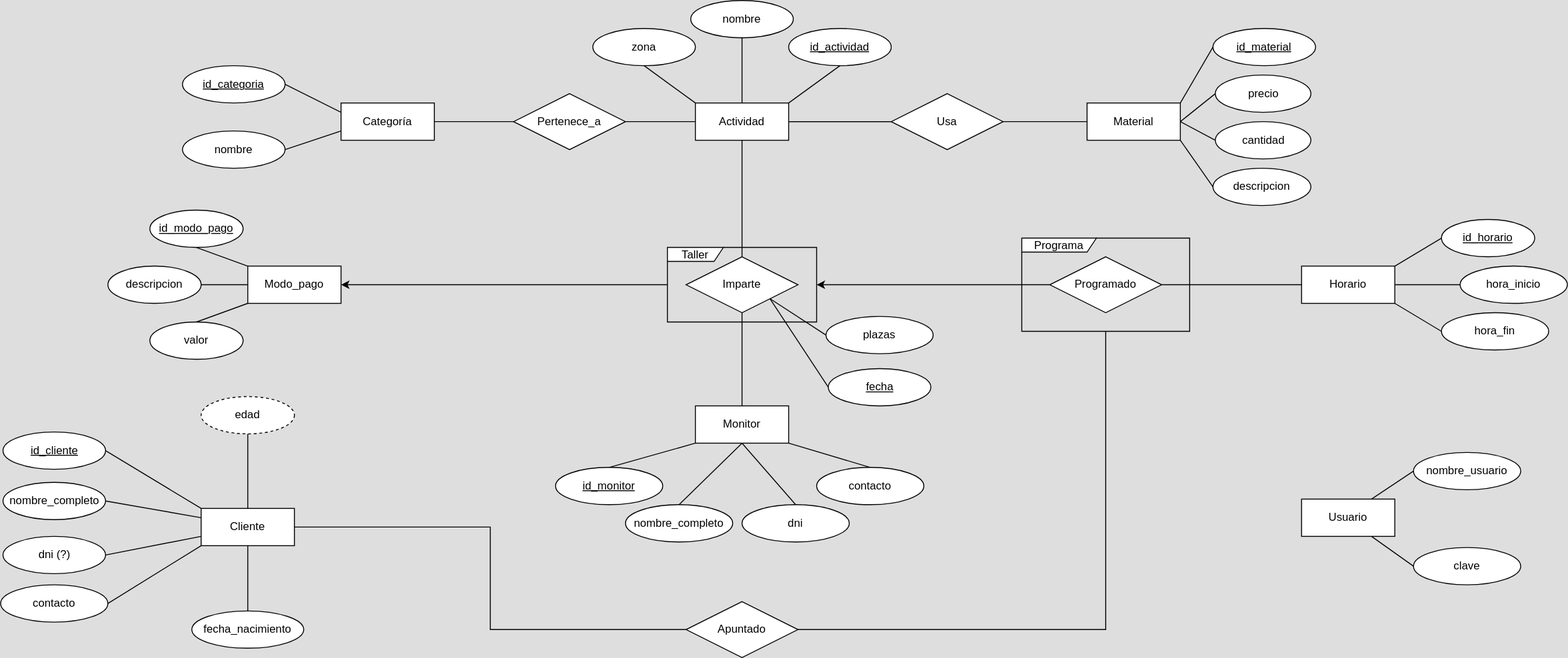
SmallDreamDev/small-dream-servidor keeps this draw.io diagram as docs/modelos/bdatos/bdatos.svg. Above is the earlier version. Source tidied: cells renumbered, new cells last; positions are measured from the earlier drawing's top-left corner, leaving out a move shared by most shapes.
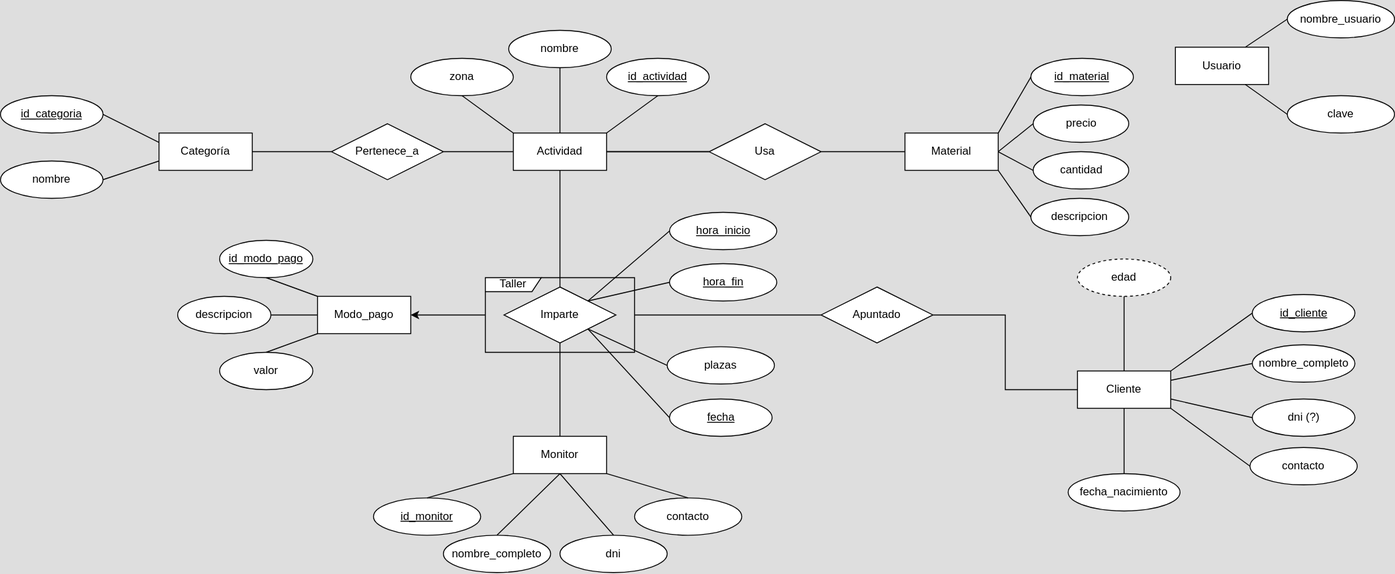
After the commit.

What changed in the source:
```diff
@@ -45,22 +45,22 @@
       <mxGeometry x="875" y="501" width="115" height="40" as="geometry" />
     </mxCell>
     <mxCell id="16" value="Cliente" style="whiteSpace=wrap;html=1;align=center;" parent="1" vertex="1">
-      <mxGeometry x="215" y="545" width="100" height="40" as="geometry" />
+      <mxGeometry x="1350" y="365" width="100" height="40" as="geometry" />
     </mxCell>
     <mxCell id="17" value="id_cliente" style="ellipse;whiteSpace=wrap;html=1;align=center;fontStyle=4;" parent="1" vertex="1">
-      <mxGeometry x="2.5" y="463" width="110" height="40" as="geometry" />
+      <mxGeometry x="1537.5" y="283" width="110" height="40" as="geometry" />
     </mxCell>
     <mxCell id="18" value="nombre_completo" style="ellipse;whiteSpace=wrap;html=1;align=center;" parent="1" vertex="1">
-      <mxGeometry x="2.5" y="517" width="110" height="40" as="geometry" />
+      <mxGeometry x="1537.5" y="337" width="110" height="40" as="geometry" />
     </mxCell>
     <mxCell id="19" value="dni (?)" style="ellipse;whiteSpace=wrap;html=1;align=center;" parent="1" vertex="1">
-      <mxGeometry x="2.5" y="575" width="110" height="40" as="geometry" />
+      <mxGeometry x="1537.5" y="395" width="110" height="40" as="geometry" />
     </mxCell>
     <mxCell id="20" value="contacto" style="ellipse;whiteSpace=wrap;html=1;align=center;" parent="1" vertex="1">
-      <mxGeometry y="627" width="115" height="40" as="geometry" />
+      <mxGeometry x="1535" y="447" width="115" height="40" as="geometry" />
     </mxCell>
     <mxCell id="21" value="fecha_nacimiento" style="ellipse;whiteSpace=wrap;html=1;align=center;" parent="1" vertex="1">
-      <mxGeometry x="205" y="655" width="120" height="40" as="geometry" />
+      <mxGeometry x="1340" y="475" width="120" height="40" as="geometry" />
     </mxCell>
     <mxCell id="22" style="edgeStyle=orthogonalEdgeStyle;rounded=0;jettySize=auto;html=1;exitX=0.5;exitY=0;exitDx=0;exitDy=0;entryX=0.5;entryY=1;entryDx=0;entryDy=0;endArrow=none;endFill=0;" parent="1" edge="1" source="24" target="3">
       <mxGeometry relative="1" as="geometry" />
@@ -87,34 +87,34 @@
       <mxGeometry relative="1" as="geometry" />
     </mxCell>
     <mxCell id="30" value="Modo_pago" style="whiteSpace=wrap;html=1;align=center;" parent="1" vertex="1">
-      <mxGeometry x="265" y="285" width="100" height="40" as="geometry" />
+      <mxGeometry x="535" y="285" width="100" height="40" as="geometry" />
     </mxCell>
     <mxCell id="31" value="Taller" style="shape=umlFrame;whiteSpace=wrap;html=1;width=60;height=15;" parent="1" vertex="1">
       <mxGeometry x="715" y="265" width="160" height="80" as="geometry" />
     </mxCell>
     <mxCell id="32" value="id_modo_pago" style="ellipse;whiteSpace=wrap;html=1;align=center;fontStyle=4;" parent="1" vertex="1">
-      <mxGeometry x="160" y="225" width="100" height="40" as="geometry" />
+      <mxGeometry x="430" y="225" width="100" height="40" as="geometry" />
     </mxCell>
     <mxCell id="33" value="descripcion" style="ellipse;whiteSpace=wrap;html=1;align=center;" parent="1" vertex="1">
-      <mxGeometry x="115" y="285" width="100" height="40" as="geometry" />
+      <mxGeometry x="385" y="285" width="100" height="40" as="geometry" />
     </mxCell>
     <mxCell id="34" value="valor" style="ellipse;whiteSpace=wrap;html=1;align=center;" parent="1" vertex="1">
-      <mxGeometry x="160" y="345" width="100" height="40" as="geometry" />
+      <mxGeometry x="430" y="345" width="100" height="40" as="geometry" />
     </mxCell>
-    <mxCell id="35" style="edgeStyle=orthogonalEdgeStyle;rounded=0;jettySize=auto;html=1;exitX=0;exitY=0.5;exitDx=0;exitDy=0;entryX=1;entryY=0.5;entryDx=0;entryDy=0;startArrow=none;startFill=0;endArrow=none;endFill=0;" parent="1" edge="1" source="37" target="16">
+    <mxCell id="35" style="edgeStyle=orthogonalEdgeStyle;rounded=0;jettySize=auto;html=1;exitX=1;exitY=0.5;exitDx=0;exitDy=0;entryX=0;entryY=0.5;entryDx=0;entryDy=0;startArrow=none;startFill=0;endArrow=none;endFill=0;" parent="1" edge="1" source="37" target="16">
       <mxGeometry relative="1" as="geometry" />
     </mxCell>
-    <mxCell id="36" style="edgeStyle=orthogonalEdgeStyle;rounded=0;jettySize=auto;html=1;startArrow=none;startFill=0;endArrow=none;endFill=0;" parent="1" edge="1" source="37" target="78">
-      <mxGeometry relative="1" as="geometry" />
-    </mxCell>
+    <mxCell id="88" style="edgeStyle=orthogonalEdgeStyle;rounded=0;jettySize=auto;html=1;endArrow=none;endFill=0;" parent="1" edge="1" source="37" target="31">
+      <mxGeometry relative="1" as="geometry" />
+    </mxCell>
     <mxCell id="37" value="Apuntado" style="shape=rhombus;perimeter=rhombusPerimeter;whiteSpace=wrap;html=1;align=center;" parent="1" vertex="1">
-      <mxGeometry x="735" y="645" width="120" height="60" as="geometry" />
+      <mxGeometry x="1075" y="275" width="120" height="60" as="geometry" />
     </mxCell>
     <mxCell id="38" style="endArrow=none;html=1;rounded=0;exitX=0;exitY=0.5;exitDx=0;exitDy=0;entryX=1;entryY=1;entryDx=0;entryDy=0;" parent="1" edge="1" source="67" target="24">
       <mxGeometry relative="1" as="geometry" />
     </mxCell>
     <mxCell id="39" value="plazas" style="ellipse;whiteSpace=wrap;html=1;align=center;" parent="1" vertex="1">
-      <mxGeometry x="885" y="339" width="115" height="40" as="geometry" />
+      <mxGeometry x="910" y="339" width="115" height="40" as="geometry" />
     </mxCell>
     <mxCell id="40" style="endArrow=none;html=1;rounded=0;exitX=1;exitY=1;exitDx=0;exitDy=0;entryX=0;entryY=0.5;entryDx=0;entryDy=0;" parent="1" edge="1" source="24" target="39">
       <mxGeometry relative="1" as="geometry" />
@@ -131,16 +131,16 @@
     <mxCell id="44" style="endArrow=none;html=1;rounded=0;exitX=1;exitY=1;exitDx=0;exitDy=0;entryX=0.5;entryY=0;entryDx=0;entryDy=0;" parent="1" edge="1" source="11" target="15">
       <mxGeometry relative="1" as="geometry" />
     </mxCell>
-    <mxCell id="45" style="endArrow=none;html=1;rounded=0;exitX=1;exitY=0.5;exitDx=0;exitDy=0;entryX=0;entryY=0;entryDx=0;entryDy=0;" parent="1" edge="1" source="17" target="16">
+    <mxCell id="45" style="endArrow=none;html=1;rounded=0;exitX=0;exitY=0.5;exitDx=0;exitDy=0;entryX=1;entryY=0;entryDx=0;entryDy=0;" parent="1" edge="1" source="17" target="16">
       <mxGeometry relative="1" as="geometry" />
     </mxCell>
-    <mxCell id="46" style="endArrow=none;html=1;rounded=0;exitX=1;exitY=0.5;exitDx=0;exitDy=0;entryX=0;entryY=0.25;entryDx=0;entryDy=0;" parent="1" edge="1" source="18" target="16">
+    <mxCell id="46" style="endArrow=none;html=1;rounded=0;exitX=0;exitY=0.5;exitDx=0;exitDy=0;entryX=1;entryY=0.25;entryDx=0;entryDy=0;" parent="1" edge="1" source="18" target="16">
       <mxGeometry relative="1" as="geometry" />
     </mxCell>
-    <mxCell id="47" style="endArrow=none;html=1;rounded=0;exitX=1;exitY=0.5;exitDx=0;exitDy=0;entryX=0;entryY=0.75;entryDx=0;entryDy=0;" parent="1" edge="1" source="19" target="16">
+    <mxCell id="47" style="endArrow=none;html=1;rounded=0;exitX=0;exitY=0.5;exitDx=0;exitDy=0;entryX=1;entryY=0.75;entryDx=0;entryDy=0;" parent="1" edge="1" source="19" target="16">
       <mxGeometry relative="1" as="geometry" />
     </mxCell>
-    <mxCell id="48" style="endArrow=none;html=1;rounded=0;exitX=0;exitY=1;exitDx=0;exitDy=0;entryX=1;entryY=0.5;entryDx=0;entryDy=0;" parent="1" edge="1" source="16" target="20">
+    <mxCell id="48" style="endArrow=none;html=1;rounded=0;exitX=1;exitY=1;exitDx=0;exitDy=0;entryX=0;entryY=0.5;entryDx=0;entryDy=0;" parent="1" edge="1" source="16" target="20">
       <mxGeometry relative="1" as="geometry" />
     </mxCell>
     <mxCell id="49" style="endArrow=none;html=1;rounded=0;exitX=0.5;exitY=1;exitDx=0;exitDy=0;entryX=0.5;entryY=0;entryDx=0;entryDy=0;" parent="1" edge="1" source="16" target="21">
@@ -148,8 +148,8 @@
     </mxCell>
     <mxCell id="50" style="edgeStyle=orthogonalEdgeStyle;rounded=0;orthogonalLoop=1;jettySize=auto;html=1;exitX=0.5;exitY=1;exitDx=0;exitDy=0;startArrow=none;startFill=0;endArrow=none;endFill=0;" parent="1" edge="1">
       <mxGeometry relative="1" as="geometry">
-        <mxPoint x="57.5" y="657" as="sourcePoint" />
-        <mxPoint x="57.5" y="657" as="targetPoint" />
+        <mxPoint x="1592.5" y="477" as="sourcePoint" />
+        <mxPoint x="1592.5" y="477" as="targetPoint" />
       </mxGeometry>
     </mxCell>
     <mxCell id="51" value="Categoría" style="whiteSpace=wrap;html=1;align=center;" parent="1" vertex="1">
@@ -201,47 +201,14 @@
       <mxGeometry relative="1" as="geometry" />
     </mxCell>
     <mxCell id="67" value="fecha" style="ellipse;whiteSpace=wrap;html=1;align=center;fontStyle=4;" parent="1" vertex="1">
-      <mxGeometry x="887.5" y="395" width="110" height="40" as="geometry" />
+      <mxGeometry x="912.5" y="395" width="110" height="40" as="geometry" />
     </mxCell>
-    <mxCell id="68" value="Horario" style="whiteSpace=wrap;html=1;align=center;" parent="1" vertex="1">
-      <mxGeometry x="1395" y="285" width="100" height="40" as="geometry" />
-    </mxCell>
-    <mxCell id="69" style="edgeStyle=orthogonalEdgeStyle;rounded=0;jettySize=auto;html=1;startArrow=none;startFill=0;endArrow=none;endFill=0;" parent="1" edge="1" source="71" target="68">
-      <mxGeometry relative="1" as="geometry" />
-    </mxCell>
-    <mxCell id="70" style="edgeStyle=orthogonalEdgeStyle;rounded=0;jettySize=auto;html=1;startArrow=none;startFill=0;endArrow=classic;endFill=1;" parent="1" edge="1" source="71" target="31">
-      <mxGeometry relative="1" as="geometry" />
-    </mxCell>
-    <mxCell id="71" value="Programado" style="shape=rhombus;perimeter=rhombusPerimeter;whiteSpace=wrap;html=1;align=center;" parent="1" vertex="1">
-      <mxGeometry x="1125" y="275" width="120" height="60" as="geometry" />
-    </mxCell>
-    <mxCell id="72" style="endArrow=none;html=1;rounded=0;exitX=0;exitY=0.5;exitDx=0;exitDy=0;entryX=1;entryY=0;entryDx=0;entryDy=0;" parent="1" edge="1" source="73" target="68">
-      <mxGeometry relative="1" as="geometry" />
-    </mxCell>
-    <mxCell id="73" value="id_horario" style="ellipse;whiteSpace=wrap;html=1;align=center;fontStyle=4;" parent="1" vertex="1">
-      <mxGeometry x="1545" y="235" width="100" height="40" as="geometry" />
-    </mxCell>
-    <mxCell id="74" style="endArrow=none;html=1;rounded=0;entryX=1;entryY=0.5;entryDx=0;entryDy=0;exitX=0;exitY=0.5;exitDx=0;exitDy=0;" parent="1" edge="1" source="79" target="68">
-      <mxGeometry relative="1" as="geometry" />
-    </mxCell>
-    <mxCell id="75" value="hora_fin" style="ellipse;whiteSpace=wrap;html=1;align=center;" parent="1" vertex="1">
-      <mxGeometry x="1545" y="335" width="115" height="40" as="geometry" />
-    </mxCell>
     <mxCell id="76" value="edad" style="ellipse;whiteSpace=wrap;html=1;align=center;dashed=1;" parent="1" vertex="1">
-      <mxGeometry x="215" y="425" width="100" height="40" as="geometry" />
+      <mxGeometry x="1350" y="245" width="100" height="40" as="geometry" />
     </mxCell>
     <mxCell id="77" style="endArrow=none;html=1;rounded=0;exitX=0.5;exitY=0;exitDx=0;exitDy=0;entryX=0.5;entryY=1;entryDx=0;entryDy=0;" parent="1" edge="1" source="16" target="76">
       <mxGeometry relative="1" as="geometry" />
     </mxCell>
-    <mxCell id="78" value="Programa" style="shape=umlFrame;whiteSpace=wrap;html=1;width=80;height=15;" parent="1" vertex="1">
-      <mxGeometry x="1095" y="255" width="180" height="100" as="geometry" />
-    </mxCell>
-    <mxCell id="79" value="hora_inicio" style="ellipse;whiteSpace=wrap;html=1;align=center;" parent="1" vertex="1">
-      <mxGeometry x="1565" y="285" width="115" height="40" as="geometry" />
-    </mxCell>
-    <mxCell id="80" style="endArrow=none;html=1;rounded=0;entryX=1;entryY=1;entryDx=0;entryDy=0;exitX=0;exitY=0.5;exitDx=0;exitDy=0;" parent="1" edge="1" source="75" target="68">
-      <mxGeometry relative="1" as="geometry" />
-    </mxCell>
     <mxCell id="81" value="descripcion" style="ellipse;whiteSpace=wrap;html=1;align=center;" parent="1" vertex="1">
       <mxGeometry x="1300" y="180" width="105" height="40" as="geometry" />
     </mxCell>
@@ -249,13 +216,13 @@
       <mxGeometry relative="1" as="geometry" />
     </mxCell>
     <mxCell id="83" value="Usuario" style="whiteSpace=wrap;html=1;align=center;" parent="1" vertex="1">
-      <mxGeometry x="1395" y="535" width="100" height="40" as="geometry" />
+      <mxGeometry x="1455" y="18" width="100" height="40" as="geometry" />
     </mxCell>
     <mxCell id="84" value="nombre_usuario" style="ellipse;whiteSpace=wrap;html=1;align=center;" parent="1" vertex="1">
-      <mxGeometry x="1515" y="485" width="115" height="40" as="geometry" />
+      <mxGeometry x="1575" y="-32" width="115" height="40" as="geometry" />
     </mxCell>
     <mxCell id="85" value="clave" style="ellipse;whiteSpace=wrap;html=1;align=center;" parent="1" vertex="1">
-      <mxGeometry x="1515" y="587" width="115" height="40" as="geometry" />
+      <mxGeometry x="1575" y="70" width="115" height="40" as="geometry" />
     </mxCell>
     <mxCell id="86" style="endArrow=none;html=1;rounded=0;entryX=0.75;entryY=0;entryDx=0;entryDy=0;exitX=0;exitY=0.5;exitDx=0;exitDy=0;" parent="1" edge="1" source="84" target="83">
       <mxGeometry relative="1" as="geometry" />
@@ -263,5 +230,17 @@
     <mxCell id="87" style="endArrow=none;html=1;rounded=0;entryX=0.75;entryY=1;entryDx=0;entryDy=0;exitX=0;exitY=0.5;exitDx=0;exitDy=0;" parent="1" edge="1" source="85" target="83">
       <mxGeometry relative="1" as="geometry" />
     </mxCell>
+    <mxCell id="75" value="hora_fin" style="ellipse;whiteSpace=wrap;html=1;align=center;fontStyle=4;" parent="1" vertex="1">
+      <mxGeometry x="912.5" y="250" width="115" height="40" as="geometry" />
+    </mxCell>
+    <mxCell id="79" value="hora_inicio" style="ellipse;whiteSpace=wrap;html=1;align=center;fontStyle=4;" parent="1" vertex="1">
+      <mxGeometry x="912.5" y="195" width="115" height="40" as="geometry" />
+    </mxCell>
+    <mxCell id="89" style="endArrow=none;html=1;rounded=0;exitX=0;exitY=0.5;exitDx=0;exitDy=0;entryX=1;entryY=0;entryDx=0;entryDy=0;" parent="1" edge="1" source="75" target="24">
+      <mxGeometry relative="1" as="geometry" />
+    </mxCell>
+    <mxCell id="90" style="endArrow=none;html=1;rounded=0;exitX=0;exitY=0.5;exitDx=0;exitDy=0;entryX=1;entryY=0;entryDx=0;entryDy=0;" parent="1" edge="1" source="79" target="24">
+      <mxGeometry relative="1" as="geometry" />
+    </mxCell>
   </root>
 </mxGraphModel>
```
